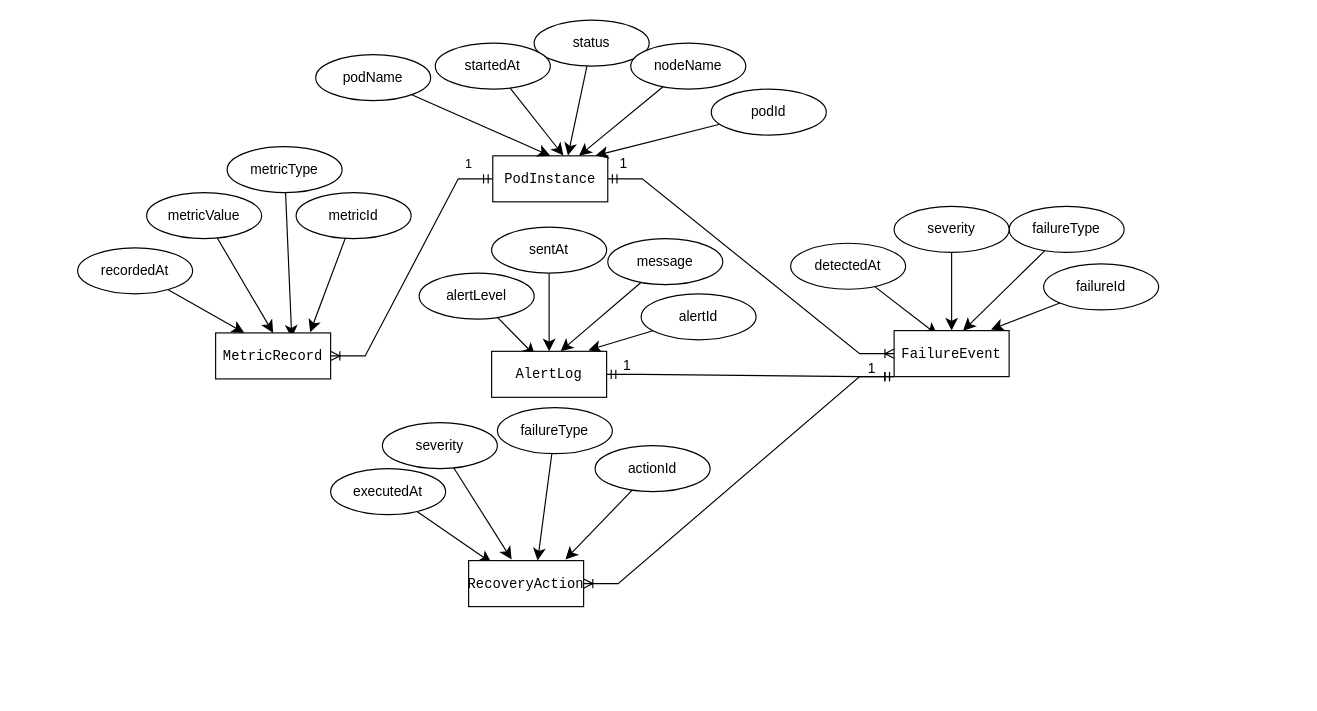
Above: page "Copy of Page-1" (2 of 2) of ER Diagram.drawio in mukund58/Self-Healing-System (draw.io), before the change. Source tidied: cells renumbered, new cells numbered last; positions are measured from the earlier drawing's top-left corner, leaving out a move shared by most shapes. Both pictures are drawn from the tidied source at 115%, with x=0, y=0 at pixel (77, 20).
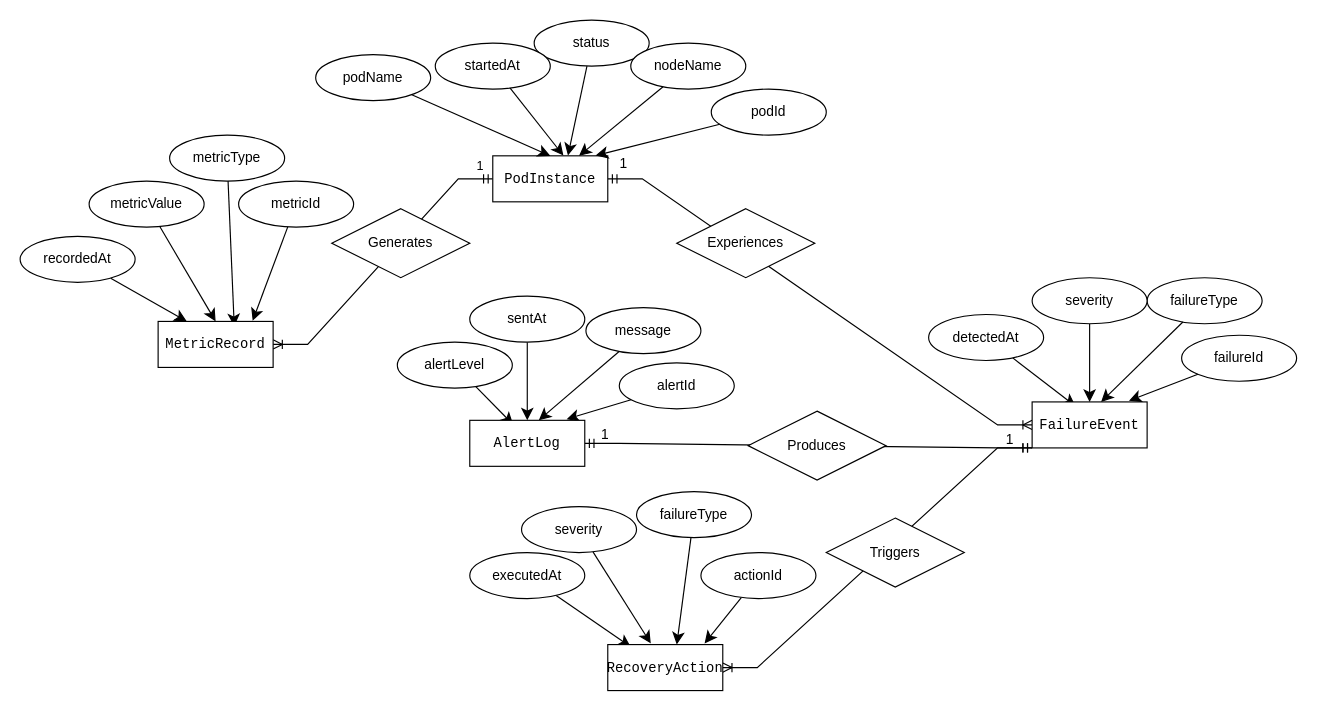
Above is the later version.

Change to the diagram source:
```diff
@@
     <mxCell id="8" value="1" style="text;html=1;whiteSpace=wrap;strokeColor=none;fillColor=none;align=center;verticalAlign=middle;rounded=0;" parent="1" vertex="1">
-      <mxGeometry x="463" y="286" width="30" height="30" as="geometry" />
+      <mxGeometry x="444" y="346" width="30" height="30" as="geometry" />
     </mxCell>
     <mxCell id="9" value="1" style="text;html=1;whiteSpace=wrap;strokeColor=none;fillColor=none;align=center;verticalAlign=middle;rounded=0;" parent="1" vertex="1">
-      <mxGeometry x="676" y="288" width="30" height="30" as="geometry" />
+      <mxGeometry x="796" y="350" width="30" height="30" as="geometry" />
     </mxCell>
@@
     <mxCell id="21" value="&lt;span style=&quot;text-align: left;&quot;&gt;alertId&lt;/span&gt;" style="ellipse;whiteSpace=wrap;html=1;align=center;" parent="1" vertex="1">
-      <mxGeometry x="490" y="238" width="100" height="40" as="geometry" />
+      <mxGeometry x="471" y="298" width="100" height="40" as="geometry" />
     </mxCell>
@@
     <mxCell id="23" value="&lt;span style=&quot;text-align: left;&quot;&gt;message&lt;/span&gt;" style="ellipse;whiteSpace=wrap;html=1;align=center;" parent="1" vertex="1">
-      <mxGeometry x="461" y="190" width="100" height="40" as="geometry" />
+      <mxGeometry x="442" y="250" width="100" height="40" as="geometry" />
     </mxCell>
@@
     <mxCell id="25" value="&lt;span style=&quot;text-align: left;&quot;&gt;alertLevel&lt;/span&gt;" style="ellipse;whiteSpace=wrap;html=1;align=center;" parent="1" vertex="1">
-      <mxGeometry x="297" y="220" width="100" height="40" as="geometry" />
+      <mxGeometry x="278" y="280" width="100" height="40" as="geometry" />
     </mxCell>
@@
     <mxCell id="27" value="&lt;span style=&quot;font-family: monospace;&quot;&gt;AlertLog&lt;/span&gt;" style="whiteSpace=wrap;html=1;align=center;" parent="1" vertex="1">
-      <mxGeometry x="360" y="288" width="100" height="40" as="geometry" />
+      <mxGeometry x="341" y="348" width="100" height="40" as="geometry" />
     </mxCell>
@@
     <mxCell id="29" value="&lt;span style=&quot;text-align: left;&quot;&gt;sentAt&lt;/span&gt;" style="ellipse;whiteSpace=wrap;html=1;align=center;" parent="1" vertex="1">
-      <mxGeometry x="360" y="180" width="100" height="40" as="geometry" />
+      <mxGeometry x="341" y="240" width="100" height="40" as="geometry" />
     </mxCell>
     <mxCell id="30" value="&lt;span style=&quot;text-align: left;&quot;&gt;failureId&lt;/span&gt;" style="ellipse;whiteSpace=wrap;html=1;align=center;" parent="1" vertex="1">
-      <mxGeometry x="840" y="212" width="100" height="40" as="geometry" />
+      <mxGeometry x="960" y="274" width="100" height="40" as="geometry" />
     </mxCell>
@@
     <mxCell id="32" value="&lt;span style=&quot;text-align: left;&quot;&gt;failureType&lt;/span&gt;" style="ellipse;whiteSpace=wrap;html=1;align=center;" parent="1" vertex="1">
-      <mxGeometry x="810" y="162" width="100" height="40" as="geometry" />
+      <mxGeometry x="930" y="224" width="100" height="40" as="geometry" />
     </mxCell>
@@
     <mxCell id="35" value="&lt;span style=&quot;font-family: monospace;&quot;&gt;FailureEvent&lt;/span&gt;" style="whiteSpace=wrap;html=1;align=center;" parent="1" vertex="1">
-      <mxGeometry x="710" y="270" width="100" height="40" as="geometry" />
+      <mxGeometry x="830" y="332" width="100" height="40" as="geometry" />
     </mxCell>
@@
     <mxCell id="37" value="&lt;span style=&quot;text-align: left;&quot;&gt;severity&lt;/span&gt;" style="ellipse;whiteSpace=wrap;html=1;align=center;" parent="1" vertex="1">
-      <mxGeometry x="710" y="162" width="100" height="40" as="geometry" />
+      <mxGeometry x="830" y="224" width="100" height="40" as="geometry" />
     </mxCell>
     <mxCell id="38" value="&lt;span style=&quot;text-align: left;&quot;&gt;detectedAt&lt;/span&gt;" style="ellipse;whiteSpace=wrap;html=1;align=center;" parent="1" vertex="1">
-      <mxGeometry x="620" y="194" width="100" height="40" as="geometry" />
+      <mxGeometry x="740" y="256" width="100" height="40" as="geometry" />
     </mxCell>
     <mxCell id="39" value="&lt;span style=&quot;text-align: left;&quot;&gt;actionId&lt;/span&gt;" style="ellipse;whiteSpace=wrap;html=1;align=center;" parent="1" vertex="1">
-      <mxGeometry x="450" y="370" width="100" height="40" as="geometry" />
+      <mxGeometry x="542" y="463" width="100" height="40" as="geometry" />
     </mxCell>
@@
     <mxCell id="41" value="&lt;span style=&quot;text-align: left;&quot;&gt;failureType&lt;/span&gt;" style="ellipse;whiteSpace=wrap;html=1;align=center;" parent="1" vertex="1">
-      <mxGeometry x="365" y="337" width="100" height="40" as="geometry" />
+      <mxGeometry x="486" y="410" width="100" height="40" as="geometry" />
     </mxCell>
@@
     <mxCell id="44" value="&lt;span style=&quot;font-family: monospace;&quot;&gt;RecoveryAction&lt;/span&gt;" style="whiteSpace=wrap;html=1;align=center;" parent="1" vertex="1">
-      <mxGeometry x="340" y="470" width="100" height="40" as="geometry" />
+      <mxGeometry x="461" y="543" width="100" height="40" as="geometry" />
     </mxCell>
@@
     <mxCell id="46" value="&lt;span style=&quot;text-align: left;&quot;&gt;severity&lt;/span&gt;" style="ellipse;whiteSpace=wrap;html=1;align=center;" parent="1" vertex="1">
-      <mxGeometry x="265" y="350" width="100" height="40" as="geometry" />
+      <mxGeometry x="386" y="423" width="100" height="40" as="geometry" />
     </mxCell>
     <mxCell id="47" value="&lt;span style=&quot;text-align: left;&quot;&gt;executedAt&lt;/span&gt;" style="ellipse;whiteSpace=wrap;html=1;align=center;" parent="1" vertex="1">
-      <mxGeometry x="220" y="390" width="100" height="40" as="geometry" />
+      <mxGeometry x="341" y="463" width="100" height="40" as="geometry" />
     </mxCell>
     <mxCell id="48" value="&lt;div&gt;metricId&lt;/div&gt;" style="ellipse;whiteSpace=wrap;html=1;align=center;" parent="1" vertex="1">
-      <mxGeometry x="190" y="150" width="100" height="40" as="geometry" />
+      <mxGeometry x="140" y="140" width="100" height="40" as="geometry" />
     </mxCell>
@@
     <mxCell id="50" value="&lt;span style=&quot;text-align: left;&quot;&gt;metricType&lt;/span&gt;" style="ellipse;whiteSpace=wrap;html=1;align=center;" parent="1" vertex="1">
-      <mxGeometry x="130" y="110" width="100" height="40" as="geometry" />
+      <mxGeometry x="80" y="100" width="100" height="40" as="geometry" />
     </mxCell>
@@
     <mxCell id="53" value="&lt;span style=&quot;font-family: monospace;&quot;&gt;MetricRecord&lt;/span&gt;" style="whiteSpace=wrap;html=1;align=center;" parent="1" vertex="1">
-      <mxGeometry x="120" y="272" width="100" height="40" as="geometry" />
+      <mxGeometry x="70" y="262" width="100" height="40" as="geometry" />
     </mxCell>
@@
     <mxCell id="55" value="&lt;span style=&quot;text-align: left;&quot;&gt;metricValue&lt;/span&gt;" style="ellipse;whiteSpace=wrap;html=1;align=center;" parent="1" vertex="1">
-      <mxGeometry x="60" y="150" width="100" height="40" as="geometry" />
+      <mxGeometry x="10" y="140" width="100" height="40" as="geometry" />
     </mxCell>
     <mxCell id="56" value="&lt;span style=&quot;text-align: left;&quot;&gt;recordedAt&lt;/span&gt;" style="ellipse;whiteSpace=wrap;html=1;align=center;" parent="1" vertex="1">
-      <mxGeometry y="198" width="100" height="40" as="geometry" />
+      <mxGeometry x="-50" y="188" width="100" height="40" as="geometry" />
     </mxCell>
+    <mxCell id="57" value="Generates" style="shape=rhombus;perimeter=rhombusPerimeter;whiteSpace=wrap;html=1;align=center;" parent="1" vertex="1">
+      <mxGeometry x="221" y="164" width="120" height="60" as="geometry" />
+    </mxCell>
+    <mxCell id="58" value="Experiences" style="shape=rhombus;perimeter=rhombusPerimeter;whiteSpace=wrap;html=1;align=center;" parent="1" vertex="1">
+      <mxGeometry x="521" y="164" width="120" height="60" as="geometry" />
+    </mxCell>
+    <mxCell id="59" value="Triggers" style="shape=rhombus;perimeter=rhombusPerimeter;whiteSpace=wrap;html=1;align=center;" parent="1" vertex="1">
+      <mxGeometry x="651" y="433" width="120" height="60" as="geometry" />
+    </mxCell>
+    <mxCell id="60" value="Produces" style="shape=rhombus;perimeter=rhombusPerimeter;whiteSpace=wrap;html=1;align=center;" parent="1" vertex="1">
+      <mxGeometry x="583" y="340" width="120" height="60" as="geometry" />
+    </mxCell>
```
